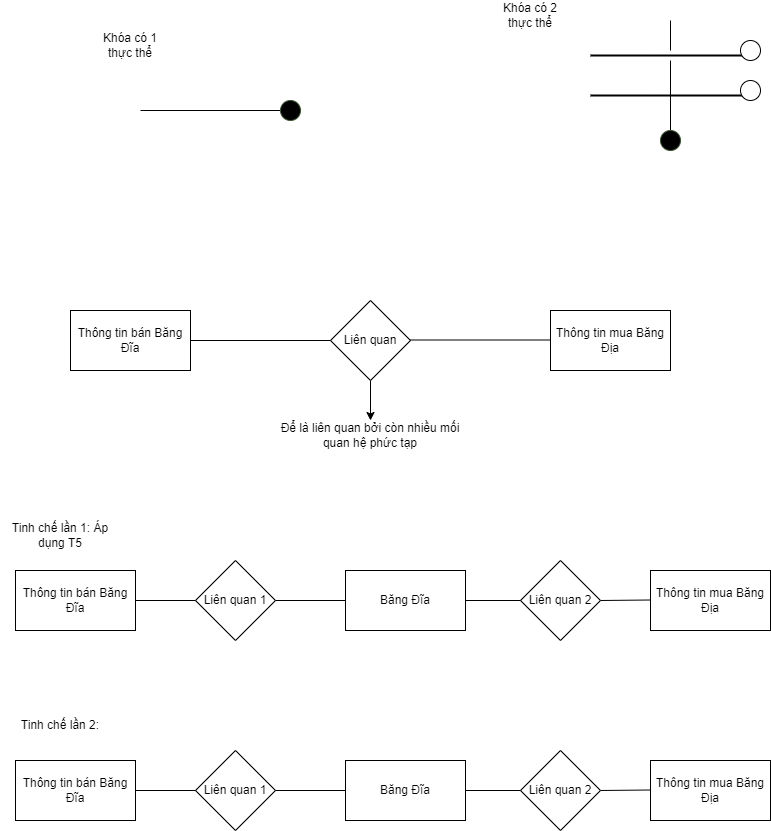
Earlier version of the draw.io export Khóa(Chương 2).png (datnham0212/learning). Source tidied: cells renumbered, new cells last; positions are measured from the earlier drawing's top-left corner, leaving out a move shared by most shapes.
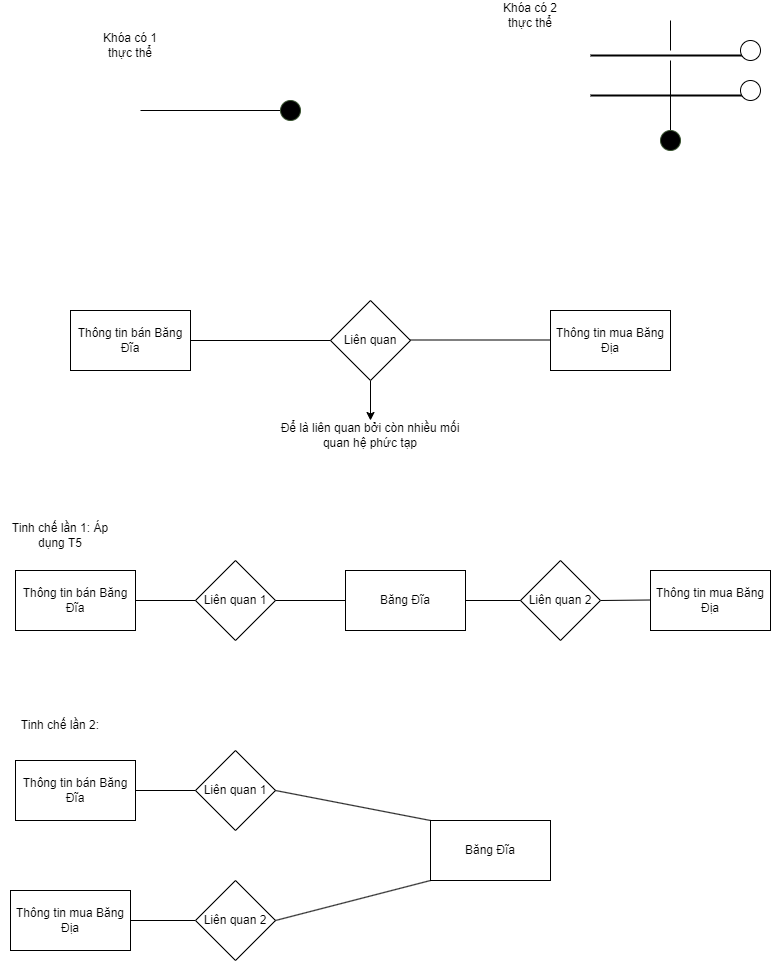
The same file after the commit.

Change to the diagram source:
```diff
@@ -110,13 +110,13 @@
       <mxGeometry y="700" width="120" height="50" as="geometry" />
     </mxCell>
     <mxCell id="31" value="Băng Đĩa" style="rounded=0;whiteSpace=wrap;html=1;" parent="1" vertex="1">
-      <mxGeometry x="345" y="760" width="120" height="60" as="geometry" />
+      <mxGeometry x="430" y="820" width="120" height="60" as="geometry" />
     </mxCell>
     <mxCell id="32" value="Liên quan 1" style="rhombus;whiteSpace=wrap;html=1;" parent="1" vertex="1">
       <mxGeometry x="195" y="750" width="80" height="80" as="geometry" />
     </mxCell>
     <mxCell id="33" value="Thông tin mua Băng Địa" style="rounded=0;whiteSpace=wrap;html=1;" parent="1" vertex="1">
-      <mxGeometry x="650" y="760" width="120" height="60" as="geometry" />
+      <mxGeometry x="10" y="890" width="120" height="60" as="geometry" />
     </mxCell>
     <mxCell id="34" value="Thông tin bán Băng Đĩa" style="rounded=0;whiteSpace=wrap;html=1;" parent="1" vertex="1">
       <mxGeometry x="15" y="760" width="120" height="60" as="geometry" />
@@ -126,20 +126,16 @@
         <mxPoint x="135" y="790" as="sourcePoint" />
       </mxGeometry>
     </mxCell>
-    <mxCell id="36" style="endArrow=none;html=1;rounded=0;entryX=0;entryY=0.5;entryDx=0;entryDy=0;exitX=1;exitY=0.5;exitDx=0;exitDy=0;" parent="1" edge="1" source="37">
-      <mxGeometry relative="1" as="geometry">
-        <mxPoint x="650" y="789.5" as="targetPoint" />
-      </mxGeometry>
+    <mxCell id="36" style="endArrow=none;html=1;rounded=0;entryX=1;entryY=0.5;entryDx=0;entryDy=0;exitX=0;exitY=0.5;exitDx=0;exitDy=0;" parent="1" edge="1" source="37" target="33">
+      <mxGeometry relative="1" as="geometry" />
     </mxCell>
     <mxCell id="37" value="Liên quan 2" style="rhombus;whiteSpace=wrap;html=1;" parent="1" vertex="1">
-      <mxGeometry x="520" y="750" width="80" height="80" as="geometry" />
+      <mxGeometry x="195" y="880" width="80" height="80" as="geometry" />
     </mxCell>
-    <mxCell id="38" style="endArrow=none;html=1;rounded=0;entryX=0;entryY=0.5;entryDx=0;entryDy=0;" parent="1" edge="1" target="37">
-      <mxGeometry relative="1" as="geometry">
-        <mxPoint x="465" y="790" as="sourcePoint" />
-      </mxGeometry>
+    <mxCell id="38" style="endArrow=none;html=1;rounded=0;entryX=1;entryY=0.5;entryDx=0;entryDy=0;exitX=0;exitY=1;exitDx=0;exitDy=0;" parent="1" edge="1" source="31" target="37">
+      <mxGeometry relative="1" as="geometry" />
     </mxCell>
-    <mxCell id="39" style="endArrow=none;html=1;rounded=0;entryX=0;entryY=0.5;entryDx=0;entryDy=0;" parent="1" edge="1" target="31">
+    <mxCell id="39" style="endArrow=none;html=1;rounded=0;entryX=0;entryY=0;entryDx=0;entryDy=0;" parent="1" edge="1" target="31">
       <mxGeometry relative="1" as="geometry">
         <mxPoint x="275" y="790" as="sourcePoint" />
       </mxGeometry>
```
